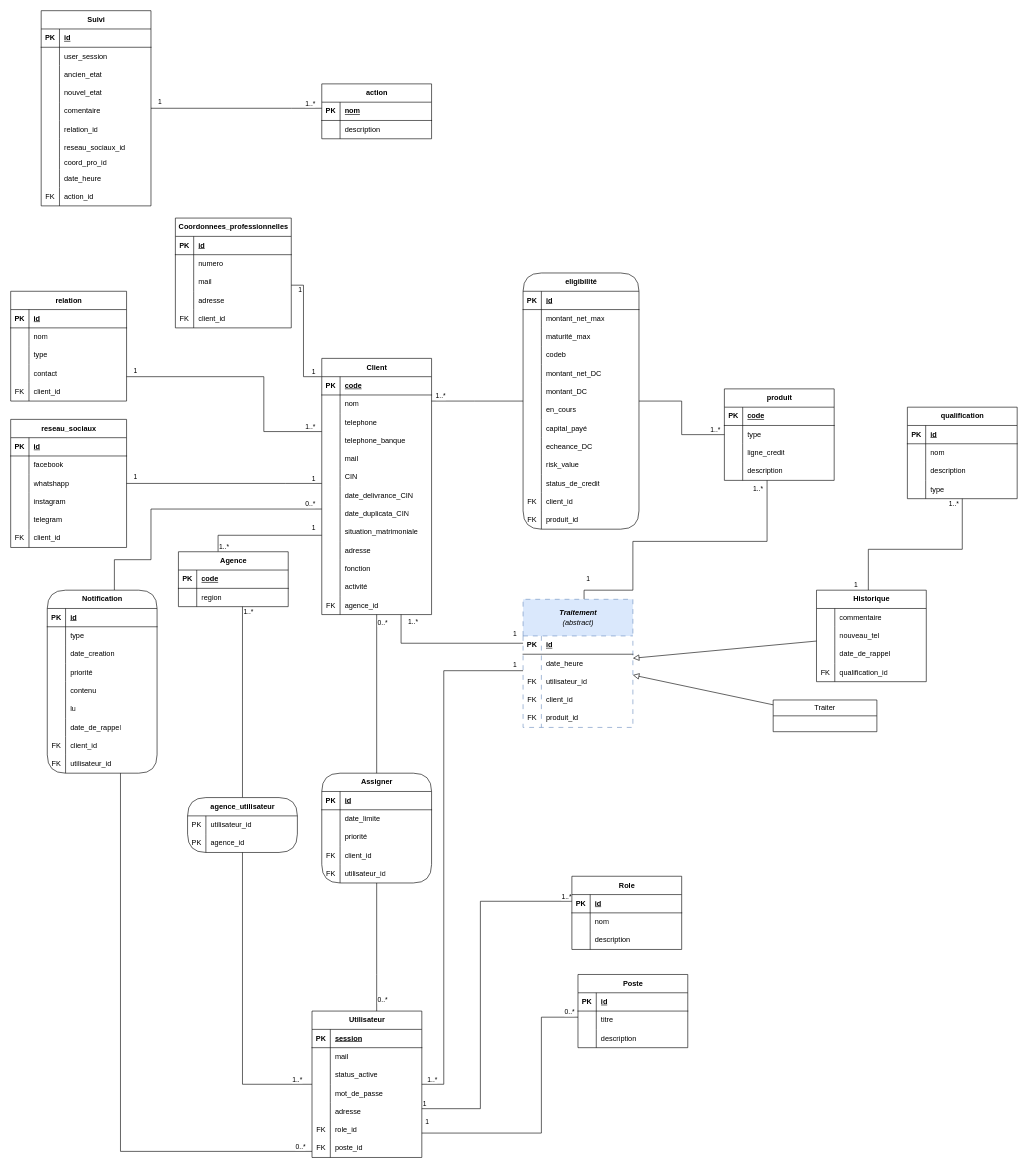
This is presentationMCD-ABM-BLIPP.drawio from 34arsonEddy/ABM, a draw.io file, before an edit. Source tidied: cells renumbered, new cells numbered last; positions are measured from the earlier drawing's top-left corner, leaving out a move shared by most shapes. Both pictures are drawn from the tidied source at 61%, with x=0, y=0 at pixel (10, 10).
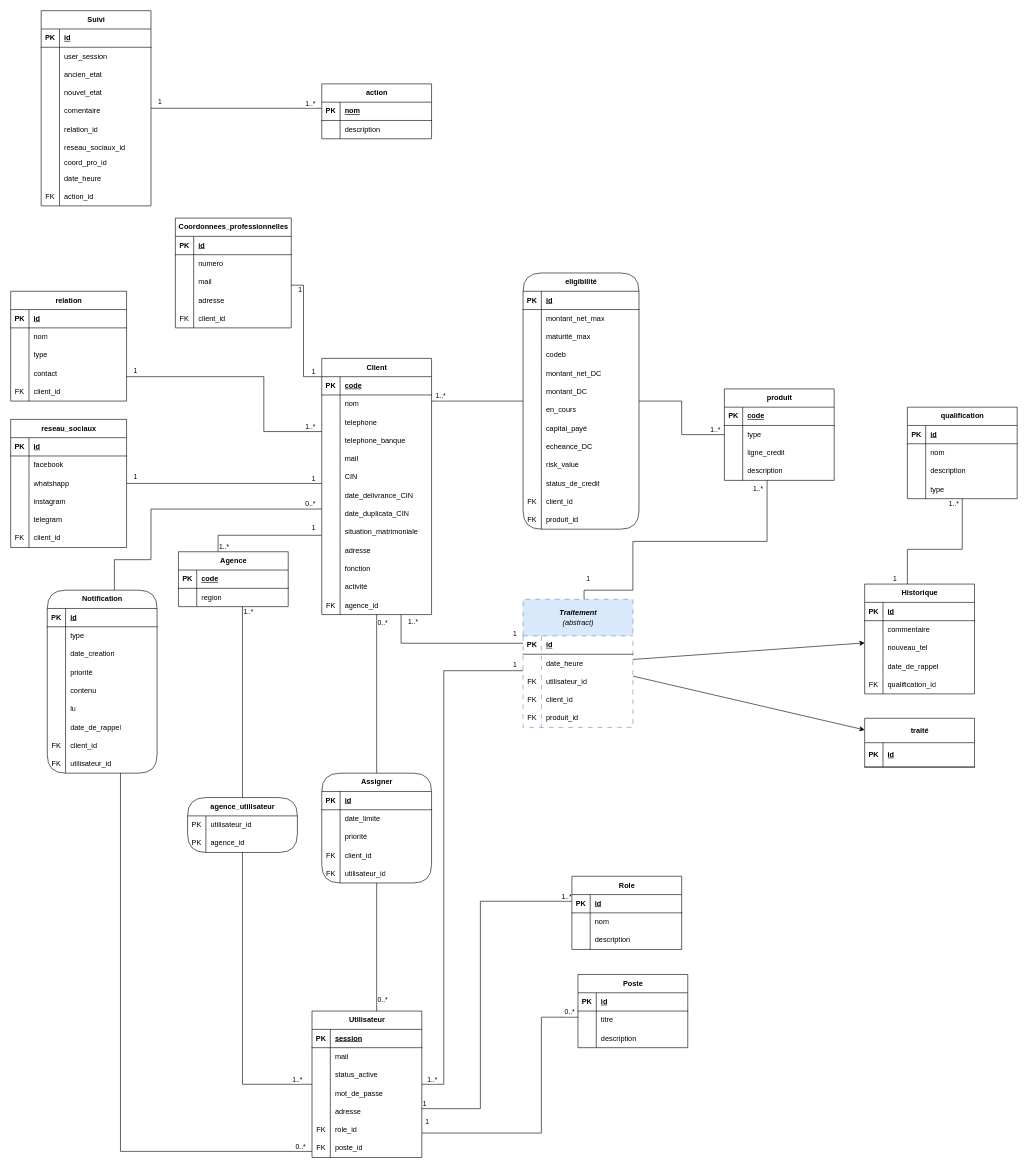
The same diagram, later.

Commit message:
Mettre à jour presentationMCD-ABM-BLIPP.drawio

The change refers to these unchanged cells:
```xml
<mxCell id="279" value="&lt;i&gt;Traitement&lt;/i&gt;&lt;div&gt;&lt;i style=&quot;font-weight: 400; text-wrap-mode: wrap;&quot;&gt;(abstract)&lt;/i&gt;&lt;/div&gt;" style="shape=table;startSize=60;childLayout=tableLayout;rowLines=0;fontStyle=1;align=center;html=1;dashed=1;dashPattern=8 8;fillColor=#dae8fc;strokeColor=#6c8ebf;" parent="1" vertex="1">
  <mxGeometry x="840" y="965" width="180" height="210" as="geometry" />
</mxCell>
<mxCell id="295" value="qualification" style="shape=table;startSize=30;childLayout=tableLayout;rowLines=0;fontStyle=1;align=center;html=1;" parent="1" vertex="1">
  <mxGeometry x="1470" y="650" width="180" height="150" as="geometry" />
</mxCell>
```

Change to the diagram source:
```diff
@@
-    <mxCell id="17" style="endArrow=block;html=1;rounded=0;align=center;verticalAlign=bottom;endFill=0;labelBackgroundColor=none;endSize=8;" parent="1" edge="1" source="308" target="279">
-      <mxGeometry relative="1" as="geometry" />
-    </mxCell>
-    <mxCell id="18" style="html=1;align=center;verticalAlign=top;labelBackgroundColor=none;" parent="17" vertex="1">
-      <mxGeometry relative="1" as="geometry" />
-    </mxCell>
-    <mxCell id="19" style="endArrow=block;html=1;rounded=0;align=center;verticalAlign=bottom;endFill=0;labelBackgroundColor=none;endSize=8;" parent="1" edge="1" source="21" target="279">
-      <mxGeometry relative="1" as="geometry" />
-    </mxCell>
-    <mxCell id="20" style="html=1;align=center;verticalAlign=top;labelBackgroundColor=none;" parent="19" vertex="1">
-      <mxGeometry relative="1" as="geometry" />
-    </mxCell>
-    <mxCell id="21" value="Traiter" style="swimlane;fontStyle=0;horizontal=1;startSize=26;fillColor=none;whiteSpace=wrap;html=1;shadow=0;" parent="1" vertex="1">
-      <mxGeometry x="1250" y="1130" width="170" height="52" as="geometry" />
-    </mxCell>
     <mxCell id="22" style="endArrow=none;html=1;edgeStyle=orthogonalEdgeStyle;rounded=0;" parent="1" edge="1" source="308" target="295">
       <mxGeometry relative="1" as="geometry">
         <Array as="points">
-          <mxPoint x="1406" y="883" />
+          <mxPoint x="1470" y="883" />
           <mxPoint x="1560" y="883" />
         </Array>
       </mxGeometry>
     </mxCell>
@@
-    <mxCell id="308" value="Historique" style="shape=table;startSize=30;childLayout=tableLayout;rowLines=0;fontStyle=1;align=center;html=1;" parent="1" vertex="1">
-      <mxGeometry x="1321" y="950" width="180" height="150" as="geometry" />
-    </mxCell>
-    <mxCell id="309" style="shape=tableRow;horizontal=0;startSize=0;swimlaneHead=0;swimlaneBody=0;fillColor=none;top=0;left=0;right=0;bottom=0;" parent="308" vertex="1">
-      <mxGeometry y="30" width="180" height="30" as="geometry" />
-    </mxCell>
-    <mxCell id="310" style="shape=partialRectangle;fillColor=none;top=0;left=0;bottom=0;right=0;overflow=hidden;whiteSpace=wrap;html=1;" parent="309" vertex="1">
-      <mxGeometry width="30" height="30" as="geometry" />
-    </mxCell>
-    <mxCell id="311" value="commentaire" style="shape=partialRectangle;fillColor=none;top=0;left=0;bottom=0;right=0;align=left;spacingLeft=6;overflow=hidden;whiteSpace=wrap;html=1;" parent="309" vertex="1">
-      <mxGeometry x="30" width="150" height="30" as="geometry" />
-    </mxCell>
-    <mxCell id="312" style="shape=tableRow;horizontal=0;startSize=0;swimlaneHead=0;swimlaneBody=0;fillColor=none;top=0;left=0;right=0;bottom=0;" parent="308" vertex="1">
-      <mxGeometry y="60" width="180" height="30" as="geometry" />
-    </mxCell>
-    <mxCell id="313" style="shape=partialRectangle;fillColor=none;top=0;left=0;bottom=0;right=0;overflow=hidden;whiteSpace=wrap;html=1;" parent="312" vertex="1">
-      <mxGeometry width="30" height="30" as="geometry" />
-    </mxCell>
-    <mxCell id="314" value="nouveau_tel" style="shape=partialRectangle;fillColor=none;top=0;left=0;bottom=0;right=0;align=left;spacingLeft=6;overflow=hidden;whiteSpace=wrap;html=1;" parent="312" vertex="1">
-      <mxGeometry x="30" width="150" height="30" as="geometry" />
-    </mxCell>
-    <mxCell id="315" style="shape=tableRow;horizontal=0;startSize=0;swimlaneHead=0;swimlaneBody=0;fillColor=none;top=0;left=0;right=0;bottom=0;" parent="308" vertex="1">
-      <mxGeometry y="90" width="180" height="30" as="geometry" />
-    </mxCell>
-    <mxCell id="316" style="shape=partialRectangle;fillColor=none;top=0;left=0;bottom=0;right=0;overflow=hidden;whiteSpace=wrap;html=1;" parent="315" vertex="1">
-      <mxGeometry width="30" height="30" as="geometry" />
-    </mxCell>
-    <mxCell id="317" value="date_de_rappel" style="shape=partialRectangle;fillColor=none;top=0;left=0;bottom=0;right=0;align=left;spacingLeft=6;overflow=hidden;whiteSpace=wrap;html=1;" parent="315" vertex="1">
-      <mxGeometry x="30" width="150" height="30" as="geometry" />
-    </mxCell>
-    <mxCell id="318" style="shape=tableRow;horizontal=0;startSize=0;swimlaneHead=0;swimlaneBody=0;fillColor=none;top=0;left=0;right=0;bottom=0;" parent="308" vertex="1">
-      <mxGeometry y="120" width="180" height="30" as="geometry" />
-    </mxCell>
-    <mxCell id="319" value="FK" style="shape=partialRectangle;fillColor=none;top=0;left=0;bottom=0;right=0;overflow=hidden;whiteSpace=wrap;html=1;" parent="318" vertex="1">
-      <mxGeometry width="30" height="30" as="geometry" />
-    </mxCell>
-    <mxCell id="320" value="qualification_id" style="shape=partialRectangle;fillColor=none;top=0;left=0;bottom=0;right=0;align=left;spacingLeft=6;overflow=hidden;whiteSpace=wrap;html=1;" parent="318" vertex="1">
-      <mxGeometry x="30" width="150" height="30" as="geometry" />
-    </mxCell>
@@
+    <mxCell id="308" value="Historique" style="shape=table;startSize=30;childLayout=tableLayout;rowLines=0;fontStyle=1;align=center;html=1;" parent="1" vertex="1">
+      <mxGeometry x="1400" y="940" width="180" height="180" as="geometry" />
+    </mxCell>
+    <mxCell id="380" style="shape=tableRow;horizontal=0;startSize=0;swimlaneHead=0;swimlaneBody=0;fillColor=none;top=0;left=0;right=0;bottom=1;" parent="308" vertex="1">
+      <mxGeometry y="30" width="180" height="30" as="geometry" />
+    </mxCell>
+    <mxCell id="381" value="PK" style="shape=partialRectangle;fillColor=none;top=0;left=0;bottom=0;right=0;fontStyle=1;overflow=hidden;whiteSpace=wrap;html=1;" parent="380" vertex="1">
+      <mxGeometry width="30" height="30" as="geometry" />
+    </mxCell>
+    <mxCell id="382" value="id" style="shape=partialRectangle;fillColor=none;top=0;left=0;bottom=0;right=0;align=left;spacingLeft=6;fontStyle=5;overflow=hidden;whiteSpace=wrap;html=1;" parent="380" vertex="1">
+      <mxGeometry x="30" width="150" height="30" as="geometry" />
+    </mxCell>
+    <mxCell id="312" style="shape=tableRow;horizontal=0;startSize=0;swimlaneHead=0;swimlaneBody=0;fillColor=none;top=0;left=0;right=0;bottom=0;" parent="308" vertex="1">
+      <mxGeometry y="60" width="180" height="30" as="geometry" />
+    </mxCell>
+    <mxCell id="383" style="shape=partialRectangle;fillColor=none;top=0;left=0;bottom=0;right=0;overflow=hidden;whiteSpace=wrap;html=1;" parent="312" vertex="1">
+      <mxGeometry width="30" height="30" as="geometry" />
+    </mxCell>
+    <mxCell id="311" value="commentaire" style="shape=partialRectangle;fillColor=none;top=0;left=0;bottom=0;right=0;align=left;spacingLeft=6;overflow=hidden;whiteSpace=wrap;html=1;" parent="312" vertex="1">
+      <mxGeometry x="30" width="150" height="30" as="geometry" />
+    </mxCell>
+    <mxCell id="315" style="shape=tableRow;horizontal=0;startSize=0;swimlaneHead=0;swimlaneBody=0;fillColor=none;top=0;left=0;right=0;bottom=0;" parent="308" vertex="1">
+      <mxGeometry y="90" width="180" height="30" as="geometry" />
+    </mxCell>
+    <mxCell id="384" style="shape=partialRectangle;fillColor=none;top=0;left=0;bottom=0;right=0;overflow=hidden;whiteSpace=wrap;html=1;" parent="315" vertex="1">
+      <mxGeometry width="30" height="30" as="geometry" />
+    </mxCell>
+    <mxCell id="314" value="nouveau_tel" style="shape=partialRectangle;fillColor=none;top=0;left=0;bottom=0;right=0;align=left;spacingLeft=6;overflow=hidden;whiteSpace=wrap;html=1;" parent="315" vertex="1">
+      <mxGeometry x="30" width="150" height="30" as="geometry" />
+    </mxCell>
+    <mxCell id="318" style="shape=tableRow;horizontal=0;startSize=0;swimlaneHead=0;swimlaneBody=0;fillColor=none;top=0;left=0;right=0;bottom=0;" parent="308" vertex="1">
+      <mxGeometry y="120" width="180" height="30" as="geometry" />
+    </mxCell>
+    <mxCell id="385" style="shape=partialRectangle;fillColor=none;top=0;left=0;bottom=0;right=0;overflow=hidden;whiteSpace=wrap;html=1;" parent="318" vertex="1">
+      <mxGeometry width="30" height="30" as="geometry" />
+    </mxCell>
+    <mxCell id="317" value="date_de_rappel" style="shape=partialRectangle;fillColor=none;top=0;left=0;bottom=0;right=0;align=left;spacingLeft=6;overflow=hidden;whiteSpace=wrap;html=1;" parent="318" vertex="1">
+      <mxGeometry x="30" width="150" height="30" as="geometry" />
+    </mxCell>
+    <mxCell id="386" style="shape=tableRow;horizontal=0;startSize=0;swimlaneHead=0;swimlaneBody=0;fillColor=none;top=0;left=0;right=0;bottom=0;" parent="308" vertex="1">
+      <mxGeometry y="150" width="180" height="30" as="geometry" />
+    </mxCell>
+    <mxCell id="319" value="FK" style="shape=partialRectangle;fillColor=none;top=0;left=0;bottom=0;right=0;overflow=hidden;whiteSpace=wrap;html=1;" parent="386" vertex="1">
+      <mxGeometry width="30" height="30" as="geometry" />
+    </mxCell>
+    <mxCell id="320" value="qualification_id" style="shape=partialRectangle;fillColor=none;top=0;left=0;bottom=0;right=0;align=left;spacingLeft=6;overflow=hidden;whiteSpace=wrap;html=1;" parent="386" vertex="1">
+      <mxGeometry x="30" width="150" height="30" as="geometry" />
+    </mxCell>
+    <mxCell id="387" style="endArrow=classic;html=1;rounded=0;" parent="1" edge="1" source="279" target="308">
+      <mxGeometry relative="1" as="geometry" />
+    </mxCell>
+    <mxCell id="388" style="endArrow=classic;html=1;rounded=0;" parent="1" edge="1" source="279" target="389">
+      <mxGeometry relative="1" as="geometry" />
+    </mxCell>
+    <mxCell id="389" value="traité" style="shape=table;startSize=40;childLayout=tableLayout;rowLines=0;fontStyle=1;align=center;html=1;" parent="1" vertex="1">
+      <mxGeometry x="1400" y="1160" width="180" height="80" as="geometry" />
+    </mxCell>
+    <mxCell id="390" style="shape=tableRow;horizontal=0;startSize=0;swimlaneHead=0;swimlaneBody=0;fillColor=none;top=0;left=0;right=0;bottom=1;" parent="389" vertex="1">
+      <mxGeometry y="40" width="180" height="40" as="geometry" />
+    </mxCell>
+    <mxCell id="391" value="PK" style="shape=partialRectangle;fillColor=none;top=0;left=0;bottom=0;right=0;fontStyle=1;overflow=hidden;whiteSpace=wrap;html=1;" parent="390" vertex="1">
+      <mxGeometry width="30" height="40" as="geometry" />
+    </mxCell>
+    <mxCell id="392" value="id" style="shape=partialRectangle;fillColor=none;top=0;left=0;bottom=0;right=0;align=left;spacingLeft=6;fontStyle=5;overflow=hidden;whiteSpace=wrap;html=1;" parent="390" vertex="1">
+      <mxGeometry x="30" width="150" height="40" as="geometry" />
+    </mxCell>
```
